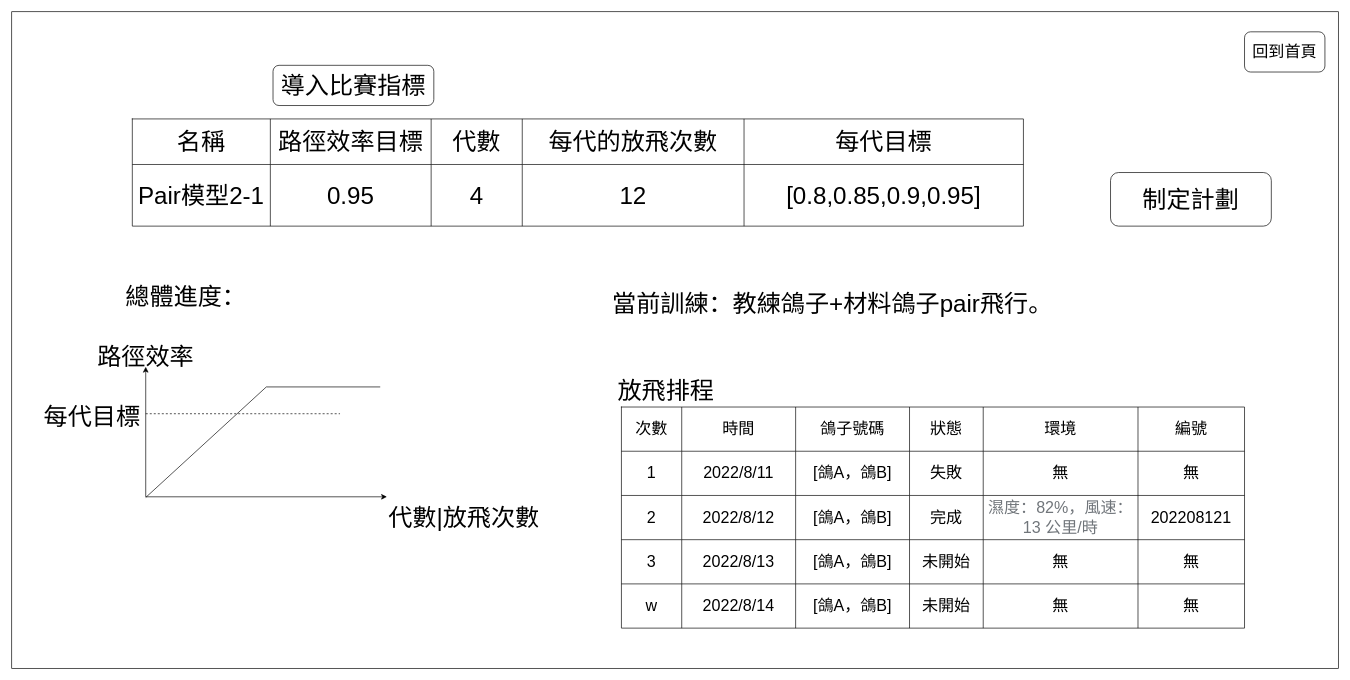
Earlier version of the draw.io diagram page "Pair模型2-1" (5 of 12) of 訓練系統UI設計.drawio (pengzhen80/PigeonRace). Source tidied: cells renumbered, new cells numbered last; positions are measured from the earlier drawing's top-left corner, leaving out a move shared by most shapes. Both pictures are drawn from the tidied source at 67%, with x=0, y=0 at pixel (11, 11).
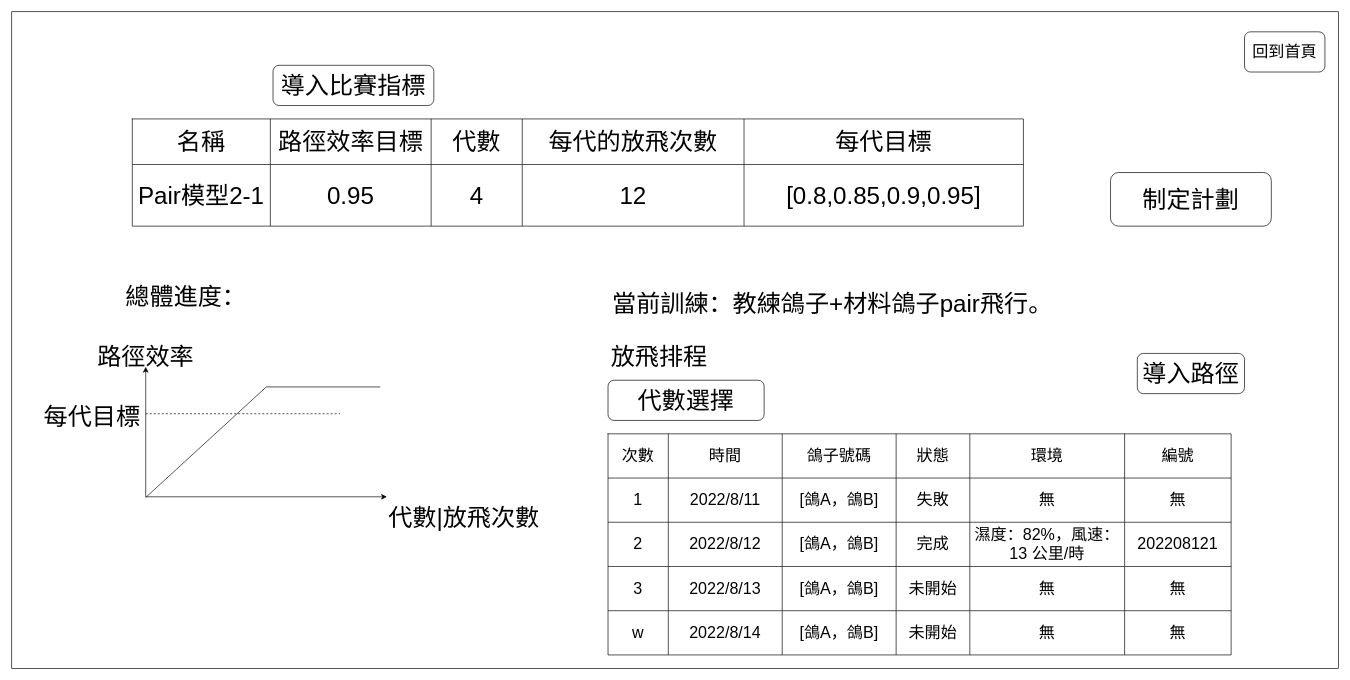
The same page after the edit.

The change refers to these unchanged cells:
```xml
<mxCell id="40" style="shape=tableRow;horizontal=0;startSize=0;swimlaneHead=0;swimlaneBody=0;top=0;left=0;bottom=0;right=0;fillColor=none;fontSize=24;" parent="25" vertex="1">
  <mxGeometry y="132" width="930" height="66" as="geometry" />
</mxCell>
```

Diff of the diagram source:
```diff
@@
     <mxCell id="25" style="shape=table;startSize=0;childLayout=tableLayout;fontSize=24;" parent="1" vertex="1">
-      <mxGeometry x="910" y="590" width="930" height="330" as="geometry" />
+      <mxGeometry x="890" y="630" width="930" height="330" as="geometry" />
     </mxCell>
@@
-    <mxCell id="45" value="&lt;span style=&quot;color: rgb(112, 117, 122); font-family: arial, sans-serif; text-align: start; background-color: rgb(255, 255, 255);&quot;&gt;濕度：&lt;/span&gt;&lt;span style=&quot;color: rgb(112, 117, 122); font-family: arial, sans-serif; text-align: start; background-color: rgb(255, 255, 255);&quot; id=&quot;wob_hm&quot;&gt;82%，&lt;/span&gt;&lt;span style=&quot;color: rgb(112, 117, 122); font-family: arial, sans-serif; text-align: start; background-color: rgb(255, 255, 255);&quot;&gt;風速：&lt;/span&gt;&lt;span style=&quot;color: rgb(112, 117, 122); font-family: arial, sans-serif; text-align: start; background-color: rgb(255, 255, 255);&quot; id=&quot;wob_ws&quot; class=&quot;wob_t&quot;&gt;13 公里/時&lt;/span&gt;" style="shape=partialRectangle;html=1;whiteSpace=wrap;overflow=hidden;fillColor=none;top=0;left=0;bottom=0;right=0;fontSize=24;" parent="40" vertex="1">
+    <mxCell id="45" value="&lt;span style=&quot;font-family: arial, sans-serif; text-align: start; background-color: rgb(255, 255, 255);&quot;&gt;濕度：&lt;/span&gt;&lt;span style=&quot;font-family: arial, sans-serif; text-align: start; background-color: rgb(255, 255, 255);&quot; id=&quot;wob_hm&quot;&gt;82%，&lt;/span&gt;&lt;span style=&quot;font-family: arial, sans-serif; text-align: start; background-color: rgb(255, 255, 255);&quot;&gt;風速：&lt;/span&gt;&lt;span style=&quot;font-family: arial, sans-serif; text-align: start; background-color: rgb(255, 255, 255);&quot; id=&quot;wob_ws&quot; class=&quot;wob_t&quot;&gt;13 公里/時&lt;/span&gt;" style="shape=partialRectangle;html=1;whiteSpace=wrap;overflow=hidden;fillColor=none;top=0;left=0;bottom=0;right=0;fontSize=24;" parent="40" vertex="1">
       <mxGeometry x="540" width="231" height="66" as="geometry" />
     </mxCell>
@@
     <mxCell id="61" value="放飛排程" style="text;html=1;strokeColor=none;fillColor=none;align=center;verticalAlign=middle;whiteSpace=wrap;rounded=0;fontSize=36;" parent="1" vertex="1">
-      <mxGeometry x="760" y="550" width="433" height="30" as="geometry" />
+      <mxGeometry x="750" y="500" width="433" height="30" as="geometry" />
     </mxCell>
@@
+    <mxCell id="66" value="導入路徑" style="rounded=1;whiteSpace=wrap;html=1;fontSize=36;fontColor=#000000;" parent="1" vertex="1">
+      <mxGeometry x="1680" y="510" width="160" height="60" as="geometry" />
+    </mxCell>
+    <mxCell id="67" value="代數選擇" style="rounded=1;whiteSpace=wrap;html=1;fontSize=36;fontColor=#000000;" parent="1" vertex="1">
+      <mxGeometry x="890" y="550" width="233" height="60" as="geometry" />
+    </mxCell>
```
